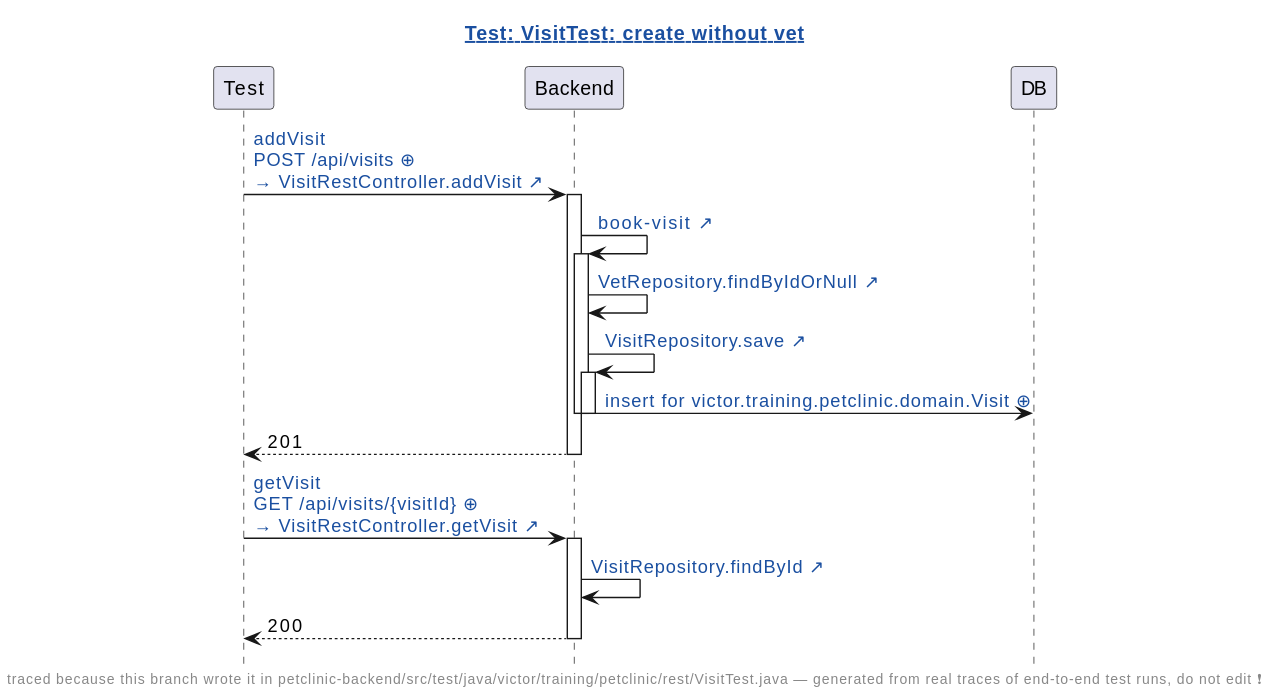
victorrentea/human-review keeps this PlantUML diagram as demo/demo/assets/diagrams/petclinic-test_generated_VisitTest.java.create-without-vet.genseq.diff.svg. Above is the earlier version.
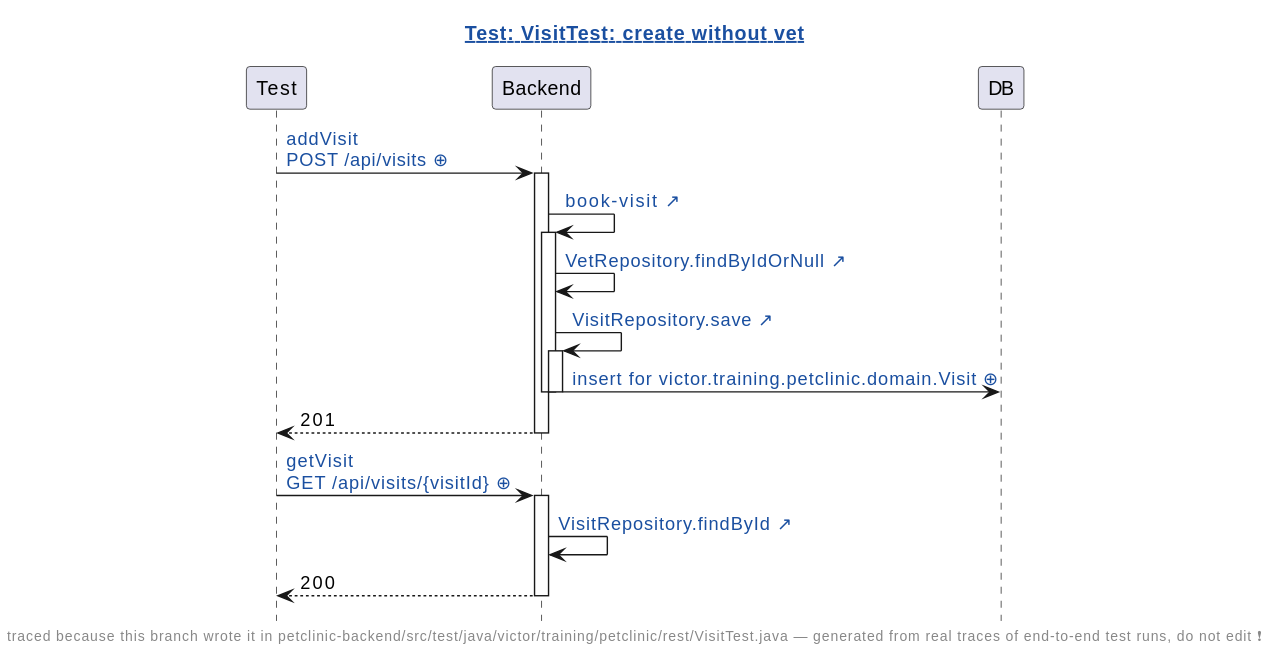
The same diagram one commit later.

What changed in the source:
```diff
@@ -9,7 +9,7 @@
 participant Test
 participant Backend
 participant DB
-Test -> Backend: [[genseq://0rymiqj{Click for the request as it was sent} addVisit\nPOST /api/visits ⊕]]\n[[src://petclinic-backend/src/main/java/victor/training/petclinic/rest/VisitRestController.java:59{Click to open VisitRestController.addVisit} → VisitRestController.addVisit ↗]]
+Test -> Backend: [[genseq://0rymiqj{Click for the request as it was sent} addVisit\nPOST /api/visits ⊕]]
 activate Backend
 Backend -> Backend: [[src://petclinic-backend/src/main/java/victor/training/petclinic/rest/VisitRestController.java:72{Click to open VisitRestController.bookVisit} book-visit ↗]]
 activate Backend
@@ -21,7 +21,7 @@
 deactivate Backend
 Backend --> Test: 201
 deactivate Backend
-Test -> Backend: [[genseq://1bi9ngw{Click for the request as it was sent} getVisit\nGET /api/visits/{visitId} ⊕]]\n[[src://petclinic-backend/src/main/java/victor/training/petclinic/rest/VisitRestController.java:53{Click to open VisitRestController.getVisit} → VisitRestController.getVisit ↗]]
+Test -> Backend: [[genseq://1bi9ngw{Click for the request as it was sent} getVisit\nGET /api/visits/{visitId} ⊕]]
 activate Backend
 Backend -> Backend: [[src://petclinic-backend/src/main/java/victor/training/petclinic/repository/VisitRepository.java:12{Click to open VisitRepository.findById} VisitRepository.findById ↗]]
 Backend --> Test: 200
```
